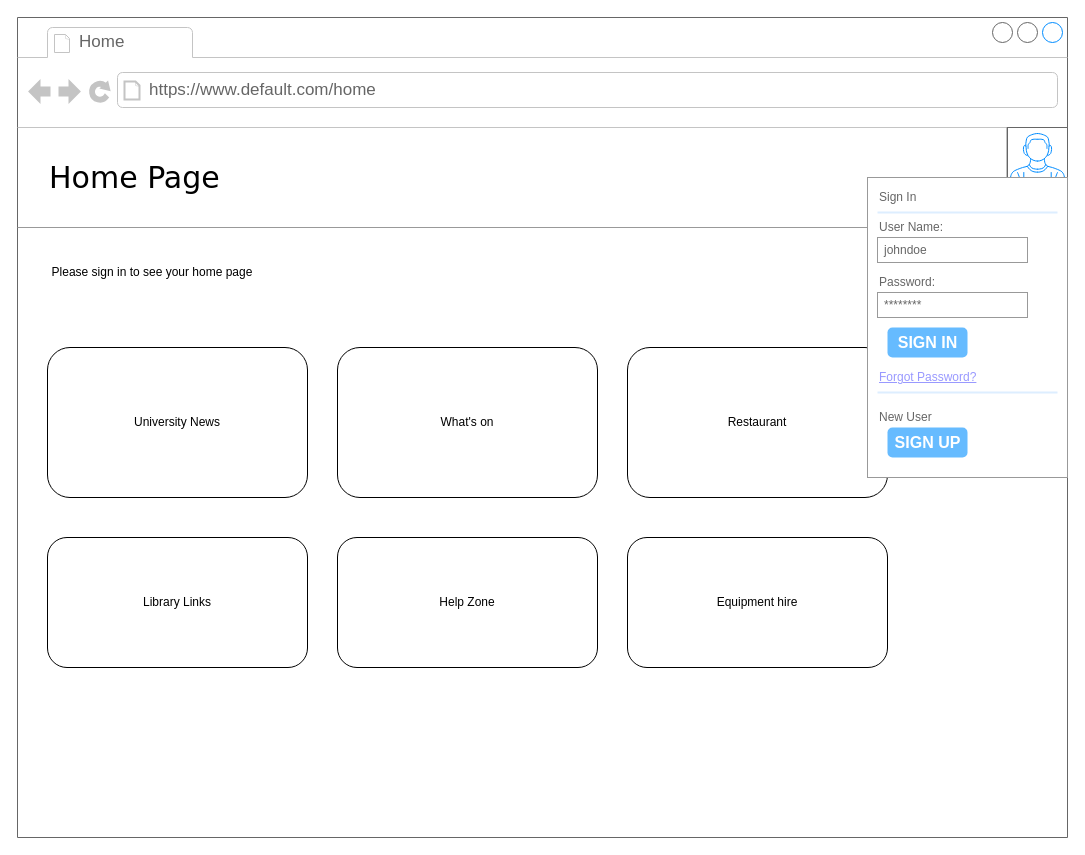
Earlier version of the draw.io diagram page "Home page" (1 of 9) of Wireframes.drawio (bensolo12/Databases). Source tidied: cells renumbered, new cells numbered last; positions are measured from the earlier drawing's top-left corner, leaving out a move shared by most shapes. Both pictures are drawn from the tidied source at 100%, with x=0, y=0 at pixel (17, 17).
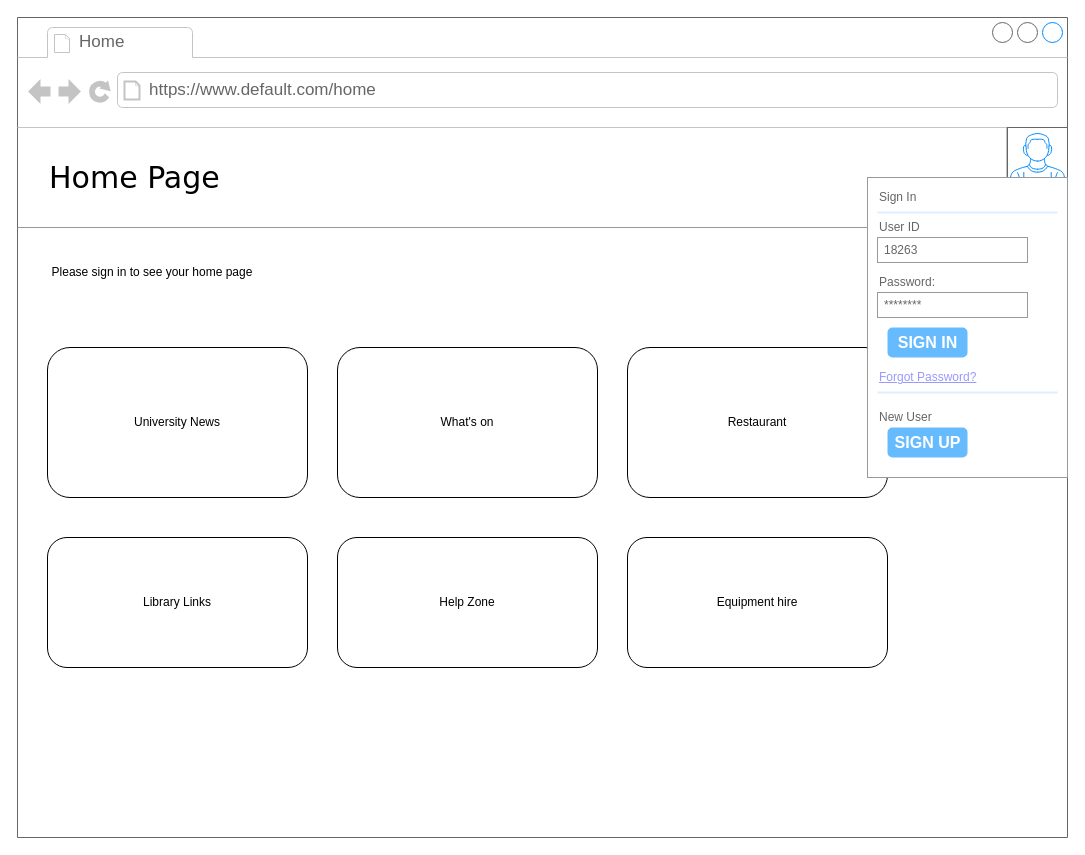
The same diagram, later.

Unchanged cells that the change refers to:
```xml
<mxCell id="13" style="strokeWidth=1;shadow=0;dashed=0;align=center;html=1;shape=mxgraph.mockup.forms.rrect;rSize=0;strokeColor=#999999;fillColor=#ffffff;" parent="2" vertex="1">
  <mxGeometry x="850" y="160" width="200" height="300" as="geometry" />
</mxCell>
```

Diff of the diagram source:
```diff
@@
-    <mxCell id="16" value="User Name:" style="strokeWidth=1;shadow=0;dashed=0;align=center;html=1;shape=mxgraph.mockup.forms.anchor;fontSize=12;fontColor=#666666;align=left;spacingLeft=0;" parent="13" vertex="1">
+    <mxCell id="16" value="User ID" style="strokeWidth=1;shadow=0;dashed=0;align=center;html=1;shape=mxgraph.mockup.forms.anchor;fontSize=12;fontColor=#666666;align=left;spacingLeft=0;" parent="13" vertex="1">
       <mxGeometry width="100" height="20" relative="1" as="geometry">
         <mxPoint x="10" y="40" as="offset" />
       </mxGeometry>
     </mxCell>
-    <mxCell id="17" value="johndoe" style="strokeWidth=1;shadow=0;dashed=0;align=center;html=1;shape=mxgraph.mockup.forms.rrect;rSize=0;strokeColor=#999999;fontColor=#666666;align=left;spacingLeft=5;" parent="13" vertex="1">
+    <mxCell id="17" value="18263" style="strokeWidth=1;shadow=0;dashed=0;align=center;html=1;shape=mxgraph.mockup.forms.rrect;rSize=0;strokeColor=#999999;fontColor=#666666;align=left;spacingLeft=5;" parent="13" vertex="1">
       <mxGeometry width="150" height="25" relative="1" as="geometry">
         <mxPoint x="10" y="60" as="offset" />
       </mxGeometry>
     </mxCell>
```
